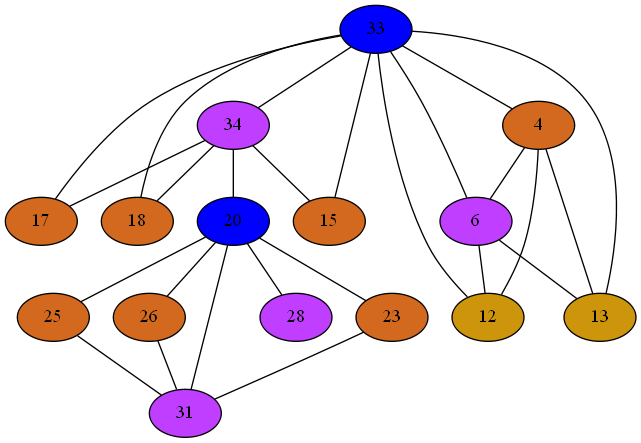
This is Compiler/30iGraph.png from mbajaj92/Project-Astoria, a Graphviz export, as it was before one commit. Its source is kept beside it as Compiler/30iGraph.dot.
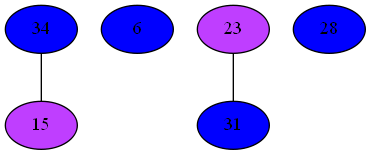
After the change.

What changed in the source:
```diff
@@ -1,67 +1,12 @@
 strict graph {
-33[label="33" style=filled fillcolor="blue1"];
-33 -- 17
-33 -- 18
-33 -- 34
-33 -- 4
-33 -- 6
-33 -- 12
-33 -- 13
-33 -- 15
-34[label="34" style=filled fillcolor="darkorchid1"];
-34 -- 17
-34 -- 33
-34 -- 18
-34 -- 20
+34[label="34" style=filled fillcolor="blue1"];
 34 -- 15
-4[label="4" style=filled fillcolor="chocolate"];
-4 -- 33
-4 -- 6
-4 -- 12
-4 -- 13
-6[label="6" style=filled fillcolor="darkorchid1"];
-6 -- 33
-6 -- 4
-6 -- 12
-6 -- 13
-12[label="12" style=filled fillcolor="darkgoldenrod3"];
-12 -- 33
-12 -- 4
-12 -- 6
-13[label="13" style=filled fillcolor="darkgoldenrod3"];
-13 -- 33
-13 -- 4
-13 -- 6
-15[label="15" style=filled fillcolor="chocolate"];
-15 -- 33
+6[label="6" style=filled fillcolor="blue1"];
+23[label="23" style=filled fillcolor="darkorchid1"];
+23 -- 31
+28[label="28" style=filled fillcolor="blue1"];
+15[label="15" style=filled fillcolor="darkorchid1"];
 15 -- 34
-17[label="17" style=filled fillcolor="chocolate"];
-17 -- 33
-17 -- 34
-18[label="18" style=filled fillcolor="chocolate"];
-18 -- 33
-18 -- 34
-20[label="20" style=filled fillcolor="blue1"];
-20 -- 34
-20 -- 23
-20 -- 25
-20 -- 26
-20 -- 28
-20 -- 31
-23[label="23" style=filled fillcolor="chocolate"];
-23 -- 20
-23 -- 31
-25[label="25" style=filled fillcolor="chocolate"];
-25 -- 20
-25 -- 31
-26[label="26" style=filled fillcolor="chocolate"];
-26 -- 20
-26 -- 31
-28[label="28" style=filled fillcolor="darkorchid1"];
-28 -- 20
-31[label="31" style=filled fillcolor="darkorchid1"];
-31 -- 20
+31[label="31" style=filled fillcolor="blue1"];
 31 -- 23
-31 -- 25
-31 -- 26
 }
```
